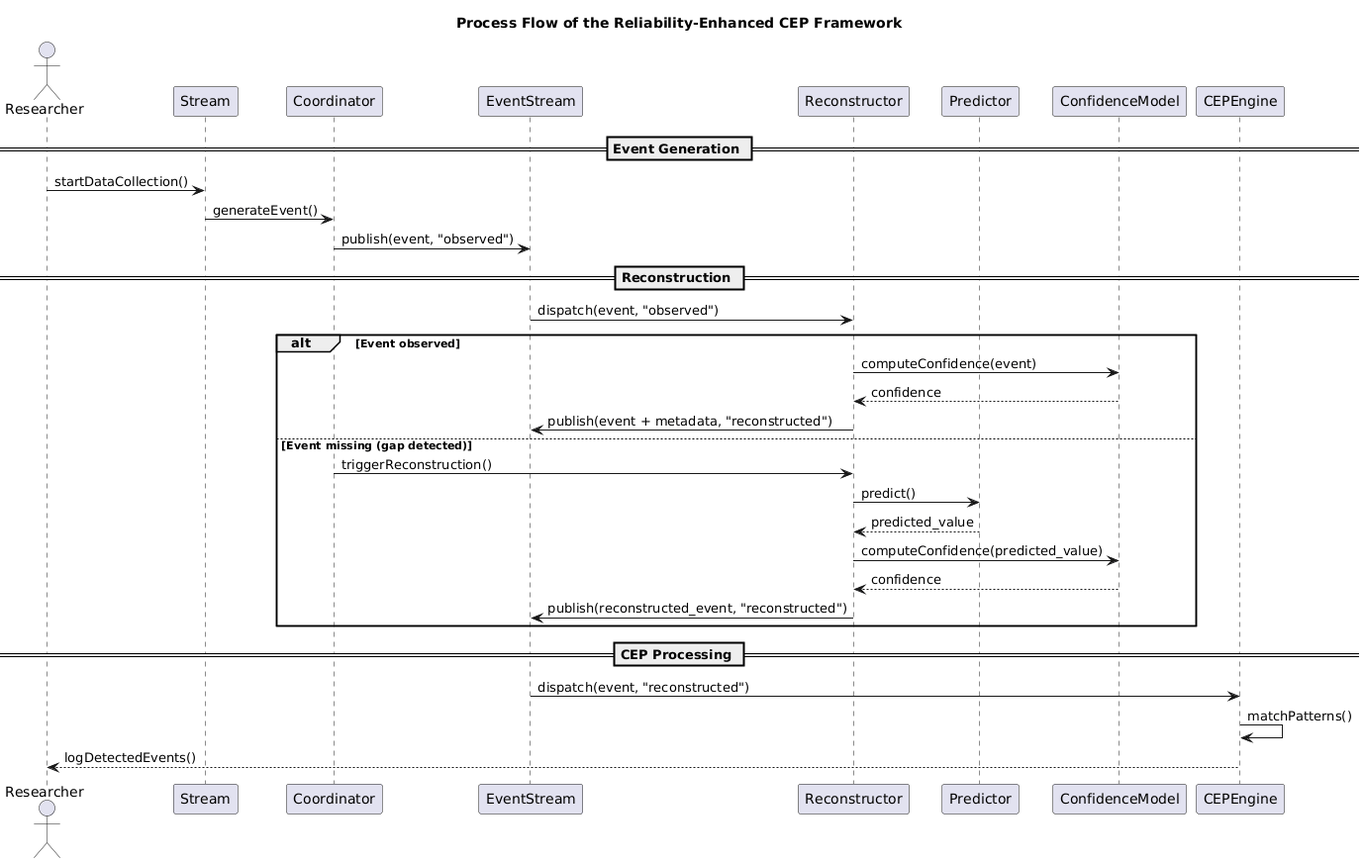
Before: Feyi_s_Official_Thesis__Current_Version/figures/Architecture/Sequence Diagram.png, a diagram exported from PlantUML (faith176/sots_kalman_filters).
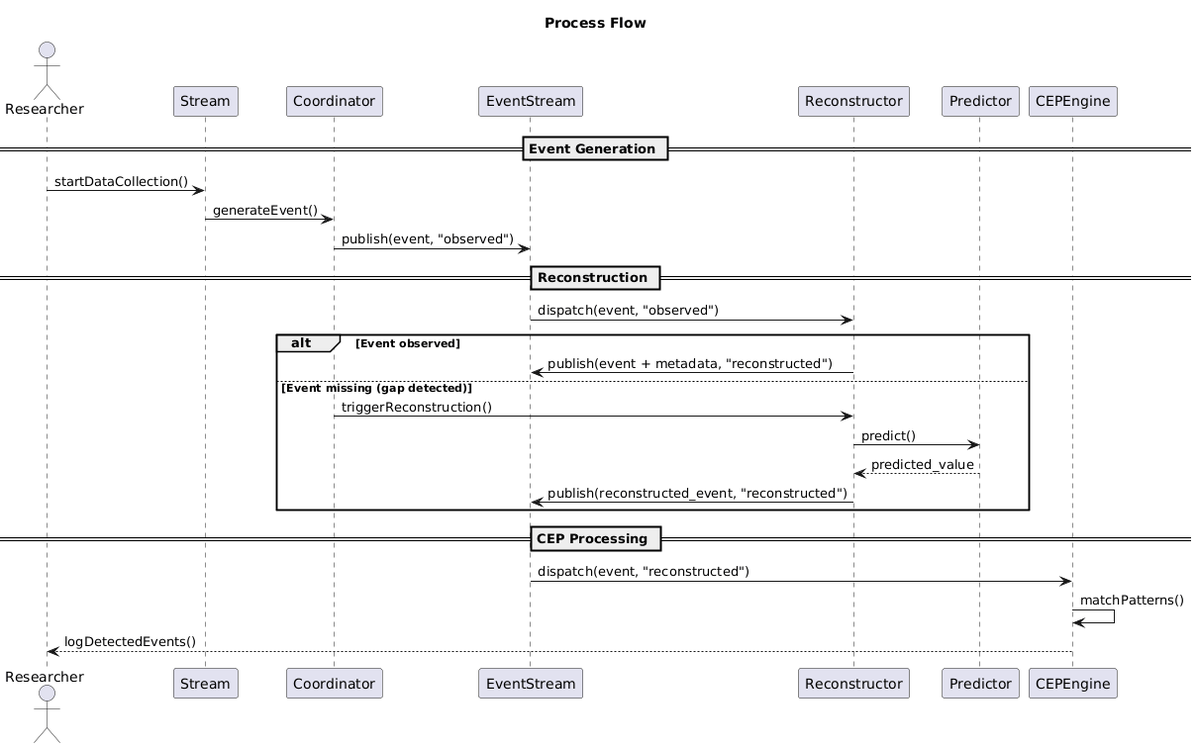
After the change.

Change to the diagram source:
```diff
@@ -1,5 +1,5 @@
 @startuml
-title Process Flow of the Reliability-Enhanced CEP Framework
+title Process Flow
 
 actor Researcher
 
@@ -8,7 +8,6 @@
 participant EventStream
 participant Reconstructor
 participant Predictor
-participant ConfidenceModel
 participant CEPEngine
 
 == Event Generation ==
@@ -20,15 +19,11 @@
 EventStream -> Reconstructor: dispatch(event, "observed")
 
 alt Event observed
-    Reconstructor -> ConfidenceModel: computeConfidence(event)
-    ConfidenceModel --> Reconstructor: confidence
     Reconstructor -> EventStream: publish(event + metadata, "reconstructed")
 else Event missing (gap detected)
     Coordinator -> Reconstructor: triggerReconstruction()
     Reconstructor -> Predictor: predict()
     Predictor --> Reconstructor: predicted_value
-    Reconstructor -> ConfidenceModel: computeConfidence(predicted_value)
-    ConfidenceModel --> Reconstructor: confidence
     Reconstructor -> EventStream: publish(reconstructed_event, "reconstructed")
 end
 
```
